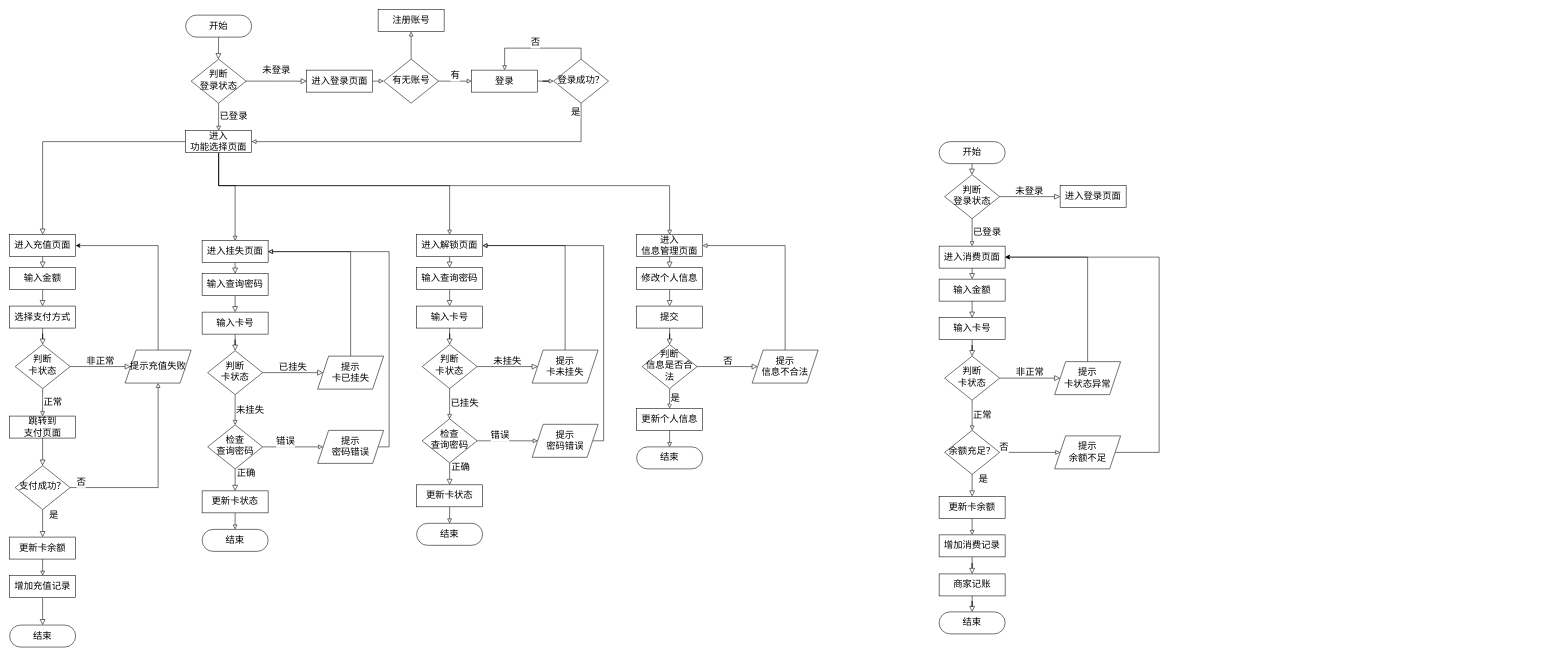
ShiaoYoung/Software-Enginerring keeps this draw.io diagram as 软工课设.drawio. Above is the earlier version. Source tidied: cells renumbered, new cells numbered last; positions are measured from the earlier drawing's top-left corner, leaving out a move shared by most shapes. Both pictures are drawn from the tidied source at 55%, with x=0, y=0 at pixel (9, 9).
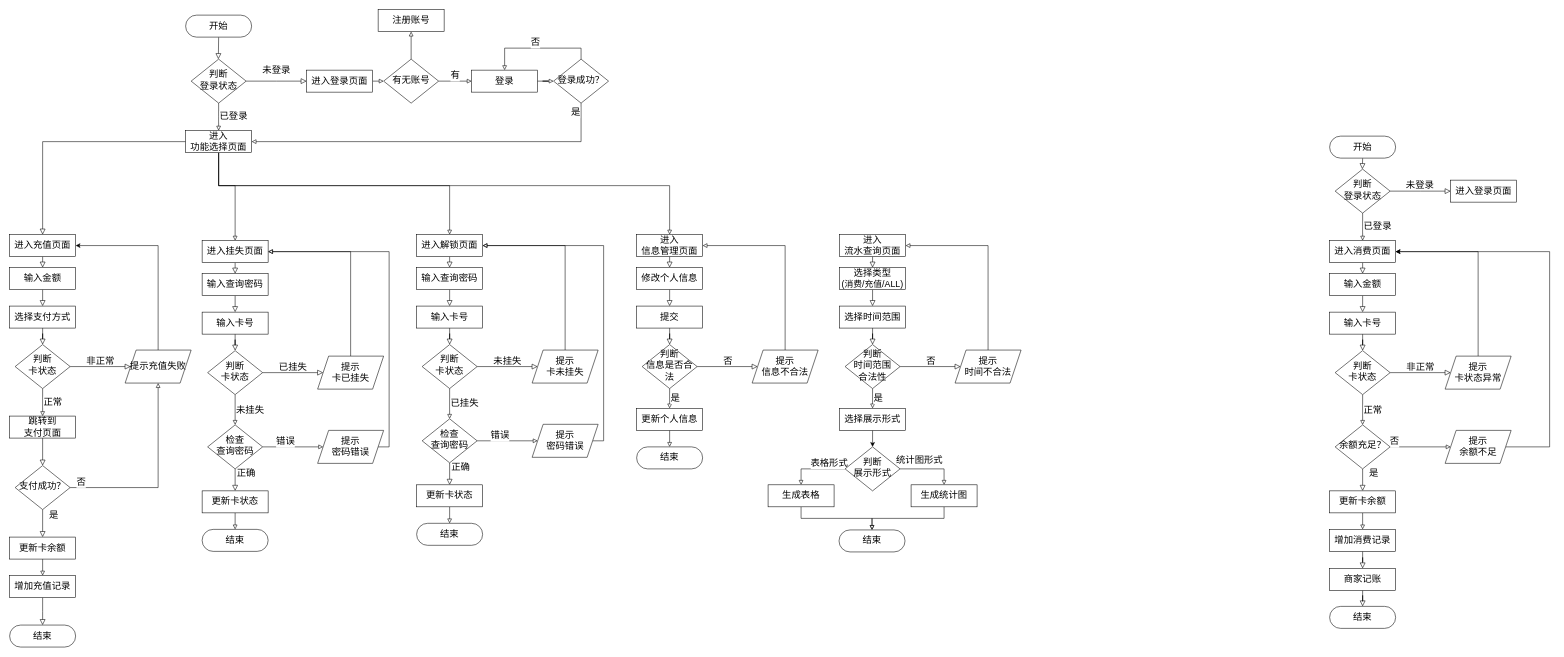
Above is the later version.

Commit message (it also covers changes not shown here):
更新软工课设.drawio

Change to the diagram source:
```diff
@@
     <mxCell id="26" value="输入卡号" style="rounded=0;whiteSpace=wrap;html=1;fontSize=17;glass=0;strokeWidth=1;shadow=0;" parent="1" vertex="1">
-      <mxGeometry x="1690" y="560" width="120" height="40" as="geometry" />
+      <mxGeometry x="2400" y="550" width="120" height="40" as="geometry" />
     </mxCell>
@@
     <mxCell id="29" value="判断&lt;div&gt;卡状态&lt;/div&gt;" style="rhombus;whiteSpace=wrap;html=1;shadow=0;fontFamily=Helvetica;fontSize=17;align=center;strokeWidth=1;spacing=6;spacingTop=-4;" parent="1" vertex="1">
-      <mxGeometry x="1700" y="630" width="100" height="80" as="geometry" />
+      <mxGeometry x="2410" y="620" width="100" height="80" as="geometry" />
     </mxCell>
@@
     <mxCell id="32" value="余额充足？" style="rhombus;whiteSpace=wrap;html=1;shadow=0;fontFamily=Helvetica;fontSize=17;align=center;strokeWidth=1;spacing=6;spacingTop=-4;" parent="1" vertex="1">
-      <mxGeometry x="1700" y="765" width="100" height="80" as="geometry" />
+      <mxGeometry x="2410" y="755" width="100" height="80" as="geometry" />
     </mxCell>
@@
     <mxCell id="34" value="更新卡余额" style="rounded=0;whiteSpace=wrap;html=1;fontSize=17;glass=0;strokeWidth=1;shadow=0;" parent="1" vertex="1">
-      <mxGeometry x="1690" y="885" width="120" height="40" as="geometry" />
+      <mxGeometry x="2400" y="875" width="120" height="40" as="geometry" />
     </mxCell>
     <mxCell id="35" style="rounded=0;html=1;jettySize=auto;fontSize=17;endArrow=block;endFill=0;endSize=8;strokeWidth=1;shadow=0;labelBackgroundColor=none;edgeStyle=orthogonalEdgeStyle;" parent="1" edge="1" source="36">
       <mxGeometry relative="1" as="geometry">
-        <mxPoint x="1750" y="560" as="targetPoint" />
+        <mxPoint x="2460" y="550" as="targetPoint" />
       </mxGeometry>
     </mxCell>
     <mxCell id="36" value="输入金额" style="rounded=0;whiteSpace=wrap;html=1;fontSize=17;glass=0;strokeWidth=1;shadow=0;" parent="1" vertex="1">
-      <mxGeometry x="1690" y="490" width="120" height="40" as="geometry" />
+      <mxGeometry x="2400" y="480" width="120" height="40" as="geometry" />
     </mxCell>
@@
     <mxCell id="38" value="增加消费记录" style="rounded=0;whiteSpace=wrap;html=1;fontSize=17;glass=0;strokeWidth=1;shadow=0;" parent="1" vertex="1">
-      <mxGeometry x="1690" y="955" width="120" height="40" as="geometry" />
+      <mxGeometry x="2400" y="945" width="120" height="40" as="geometry" />
     </mxCell>
     <mxCell id="39" style="rounded=0;html=1;jettySize=auto;fontSize=17;endArrow=block;endFill=0;endSize=8;strokeWidth=1;shadow=0;labelBackgroundColor=none;edgeStyle=orthogonalEdgeStyle;" parent="1" edge="1" source="40">
       <mxGeometry relative="1" as="geometry">
-        <mxPoint x="1750" y="490" as="targetPoint" />
+        <mxPoint x="2460" y="480" as="targetPoint" />
       </mxGeometry>
     </mxCell>
     <mxCell id="40" value="进入消费页面" style="rounded=0;whiteSpace=wrap;html=1;fontSize=17;glass=0;strokeWidth=1;shadow=0;" parent="1" vertex="1">
-      <mxGeometry x="1690" y="430" width="120" height="40" as="geometry" />
+      <mxGeometry x="2400" y="420" width="120" height="40" as="geometry" />
     </mxCell>
@@
     <mxCell id="42" value="&lt;font style=&quot;font-size: 17px;&quot;&gt;提示&lt;/font&gt;&lt;div&gt;&lt;font style=&quot;font-size: 17px;&quot;&gt;卡状态异常&lt;/font&gt;&lt;/div&gt;" style="shape=parallelogram;perimeter=parallelogramPerimeter;whiteSpace=wrap;html=1;fixedSize=1;" parent="1" vertex="1">
-      <mxGeometry x="1900" y="640" width="120" height="60" as="geometry" />
+      <mxGeometry x="2610" y="630" width="120" height="60" as="geometry" />
     </mxCell>
     <mxCell id="43" value="结束" style="rounded=1;whiteSpace=wrap;html=1;fontSize=17;glass=0;strokeWidth=1;shadow=0;perimeter=rectanglePerimeter;arcSize=50;" parent="1" vertex="1">
-      <mxGeometry x="1690" y="1095" width="120" height="40" as="geometry" />
+      <mxGeometry x="2400" y="1085" width="120" height="40" as="geometry" />
     </mxCell>
     <mxCell id="44" style="edgeStyle=orthogonalEdgeStyle;rounded=0;jettySize=auto;html=1;exitX=1;exitY=0.5;exitDx=0;exitDy=0;entryX=1;entryY=0.5;entryDx=0;entryDy=0;" parent="1" edge="1" source="45" target="40">
       <mxGeometry relative="1" as="geometry">
         <Array as="points">
-          <mxPoint x="2090" y="805" />
-          <mxPoint x="2090" y="450" />
+          <mxPoint x="2800" y="795" />
+          <mxPoint x="2800" y="440" />
         </Array>
       </mxGeometry>
     </mxCell>
     <mxCell id="45" value="&lt;font style=&quot;font-size: 17px;&quot;&gt;提示&lt;/font&gt;&lt;div&gt;&lt;font style=&quot;font-size: 17px;&quot;&gt;余额不足&lt;/font&gt;&lt;/div&gt;" style="shape=parallelogram;perimeter=parallelogramPerimeter;whiteSpace=wrap;html=1;fixedSize=1;" parent="1" vertex="1">
-      <mxGeometry x="1900" y="775" width="120" height="60" as="geometry" />
+      <mxGeometry x="2610" y="765" width="120" height="60" as="geometry" />
     </mxCell>
@@
     <mxCell id="47" value="商家记账" style="rounded=0;whiteSpace=wrap;html=1;fontSize=17;glass=0;strokeWidth=1;shadow=0;" parent="1" vertex="1">
-      <mxGeometry x="1690" y="1026" width="120" height="40" as="geometry" />
+      <mxGeometry x="2400" y="1016" width="120" height="40" as="geometry" />
     </mxCell>
@@
     <mxCell id="72" style="rounded=0;html=1;jettySize=auto;fontSize=17;endArrow=block;endFill=0;endSize=8;strokeWidth=1;shadow=0;labelBackgroundColor=none;edgeStyle=orthogonalEdgeStyle;exitX=0.5;exitY=1;exitDx=0;exitDy=0;" parent="1" edge="1" source="73">
       <mxGeometry relative="1" as="geometry">
-        <mxPoint x="1749.5" y="300" as="targetPoint" />
+        <mxPoint x="2459.5" y="290" as="targetPoint" />
       </mxGeometry>
     </mxCell>
     <mxCell id="73" value="开始" style="rounded=1;whiteSpace=wrap;html=1;fontSize=17;glass=0;strokeWidth=1;shadow=0;perimeter=rectanglePerimeter;arcSize=50;" parent="1" vertex="1">
-      <mxGeometry x="1690" y="240" width="120" height="40" as="geometry" />
+      <mxGeometry x="2400" y="230" width="120" height="40" as="geometry" />
     </mxCell>
     <mxCell id="74" value="未登录" style="edgeStyle=orthogonalEdgeStyle;rounded=0;html=1;jettySize=auto;fontSize=17;endArrow=block;endFill=0;endSize=8;strokeWidth=1;shadow=0;labelBackgroundColor=none;entryX=0;entryY=0.5;entryDx=0;entryDy=0;" parent="1" edge="1" source="76">
       <mxGeometry x="-0.02" y="9" relative="1" as="geometry">
-        <mxPoint x="1910" y="340" as="targetPoint" />
+        <mxPoint x="2620" y="330" as="targetPoint" />
         <mxPoint y="-1" as="offset" />
       </mxGeometry>
     </mxCell>
     <mxCell id="75" value="&lt;font style=&quot;font-size: 17px;&quot;&gt;已登录&lt;/font&gt;" style="edgeStyle=orthogonalEdgeStyle;rounded=0;jettySize=auto;html=1;exitX=0.5;exitY=1;exitDx=0;exitDy=0;entryX=0.5;entryY=0;entryDx=0;entryDy=0;labelPosition=right;verticalLabelPosition=middle;align=left;verticalAlign=middle;endArrow=block;endFill=0;" parent="1" edge="1" source="76">
       <mxGeometry x="0.01" relative="1" as="geometry">
-        <mxPoint x="1750" y="430" as="targetPoint" />
+        <mxPoint x="2460" y="420" as="targetPoint" />
       </mxGeometry>
     </mxCell>
     <mxCell id="76" value="判断&lt;div&gt;登录状态&lt;/div&gt;" style="rhombus;whiteSpace=wrap;html=1;shadow=0;fontFamily=Helvetica;fontSize=17;align=center;strokeWidth=1;spacing=6;spacingTop=-4;" parent="1" vertex="1">
-      <mxGeometry x="1700" y="300" width="100" height="80" as="geometry" />
+      <mxGeometry x="2410" y="290" width="100" height="80" as="geometry" />
     </mxCell>
     <mxCell id="77" value="进入登录页面" style="rounded=0;whiteSpace=wrap;html=1;fontSize=17;glass=0;strokeWidth=1;shadow=0;" parent="1" vertex="1">
-      <mxGeometry x="1910" y="320" width="120" height="40" as="geometry" />
+      <mxGeometry x="2620" y="310" width="120" height="40" as="geometry" />
     </mxCell>
@@
+    <mxCell id="125" style="rounded=0;html=1;jettySize=auto;fontSize=17;endArrow=block;endFill=0;endSize=8;strokeWidth=1;shadow=0;labelBackgroundColor=none;edgeStyle=orthogonalEdgeStyle;" parent="1" edge="1" source="126" target="129">
+      <mxGeometry relative="1" as="geometry" />
+    </mxCell>
+    <mxCell id="126" value="选择时间范围" style="rounded=0;whiteSpace=wrap;html=1;fontSize=17;glass=0;strokeWidth=1;shadow=0;" parent="1" vertex="1">
+      <mxGeometry x="1509" y="539" width="120" height="40" as="geometry" />
+    </mxCell>
+    <mxCell id="127" value="否" style="edgeStyle=orthogonalEdgeStyle;rounded=0;html=1;jettySize=auto;fontSize=17;endArrow=block;endFill=0;endSize=8;strokeWidth=1;shadow=0;labelBackgroundColor=none;entryX=0;entryY=0.5;entryDx=0;entryDy=0;" parent="1" edge="1" source="129" target="135">
+      <mxGeometry x="0.01" y="10" relative="1" as="geometry" />
+    </mxCell>
+    <mxCell id="128" value="&lt;font style=&quot;font-size: 17px;&quot;&gt;是&lt;/font&gt;" style="edgeStyle=orthogonalEdgeStyle;rounded=0;jettySize=auto;html=1;exitX=0.5;exitY=1;exitDx=0;exitDy=0;entryX=0.5;entryY=0;entryDx=0;entryDy=0;labelPosition=right;verticalLabelPosition=middle;align=left;verticalAlign=middle;endArrow=block;endFill=0;" parent="1" edge="1" source="129">
+      <mxGeometry x="0.01" relative="1" as="geometry">
+        <mxPoint x="1569" y="725" as="targetPoint" />
+      </mxGeometry>
+    </mxCell>
+    <mxCell id="129" value="判断&lt;div&gt;时间范围&lt;/div&gt;&lt;div&gt;合法性&lt;/div&gt;" style="rhombus;whiteSpace=wrap;html=1;shadow=0;fontFamily=Helvetica;fontSize=17;align=center;strokeWidth=1;spacing=6;spacingTop=-4;" parent="1" vertex="1">
+      <mxGeometry x="1519" y="609" width="100" height="80" as="geometry" />
+    </mxCell>
+    <mxCell id="130" style="rounded=0;html=1;jettySize=auto;fontSize=17;endArrow=block;endFill=0;endSize=8;strokeWidth=1;shadow=0;labelBackgroundColor=none;edgeStyle=orthogonalEdgeStyle;" parent="1" edge="1" source="131">
+      <mxGeometry relative="1" as="geometry">
+        <mxPoint x="1569" y="539" as="targetPoint" />
+      </mxGeometry>
+    </mxCell>
+    <mxCell id="131" value="选择类型&lt;div&gt;&lt;font style=&quot;font-size: 16px;&quot;&gt;(消费/充值/ALL)&lt;/font&gt;&lt;/div&gt;" style="rounded=0;whiteSpace=wrap;html=1;fontSize=17;glass=0;strokeWidth=1;shadow=0;" parent="1" vertex="1">
+      <mxGeometry x="1509" y="469" width="120" height="40" as="geometry" />
+    </mxCell>
+    <mxCell id="132" style="rounded=0;html=1;jettySize=auto;fontSize=17;endArrow=block;endFill=0;endSize=8;strokeWidth=1;shadow=0;labelBackgroundColor=none;edgeStyle=orthogonalEdgeStyle;" parent="1" edge="1" source="133">
+      <mxGeometry relative="1" as="geometry">
+        <mxPoint x="1569" y="469" as="targetPoint" />
+      </mxGeometry>
+    </mxCell>
+    <mxCell id="133" value="进入&lt;div&gt;流水查询页面&lt;/div&gt;" style="rounded=0;whiteSpace=wrap;html=1;fontSize=17;glass=0;strokeWidth=1;shadow=0;" parent="1" vertex="1">
+      <mxGeometry x="1509" y="409" width="120" height="40" as="geometry" />
+    </mxCell>
+    <mxCell id="134" style="edgeStyle=orthogonalEdgeStyle;rounded=0;jettySize=auto;html=1;exitX=0.5;exitY=0;exitDx=0;exitDy=0;entryX=1;entryY=0.5;entryDx=0;entryDy=0;endArrow=block;endFill=0;" parent="1" edge="1" source="135" target="133">
+      <mxGeometry relative="1" as="geometry" />
+    </mxCell>
+    <mxCell id="135" value="&lt;font style=&quot;font-size: 17px;&quot;&gt;提示&lt;/font&gt;&lt;div&gt;&lt;span style=&quot;font-size: 17px;&quot;&gt;时间不合法&lt;/span&gt;&lt;/div&gt;" style="shape=parallelogram;perimeter=parallelogramPerimeter;whiteSpace=wrap;html=1;fixedSize=1;" parent="1" vertex="1">
+      <mxGeometry x="1719" y="619" width="120" height="60" as="geometry" />
+    </mxCell>
+    <mxCell id="136" value="结束" style="rounded=1;whiteSpace=wrap;html=1;fontSize=17;glass=0;strokeWidth=1;shadow=0;perimeter=rectanglePerimeter;arcSize=50;" parent="1" vertex="1">
+      <mxGeometry x="1508" y="946" width="120" height="40" as="geometry" />
+    </mxCell>
+    <mxCell id="137" style="edgeStyle=orthogonalEdgeStyle;rounded=0;jettySize=auto;html=1;exitX=0;exitY=0.5;exitDx=0;exitDy=0;entryX=0.5;entryY=0;entryDx=0;entryDy=0;endArrow=block;endFill=0;" parent="1" edge="1" source="140" target="144">
+      <mxGeometry relative="1" as="geometry" />
+    </mxCell>
+    <mxCell id="138" value="&lt;font style=&quot;font-size: 17px;&quot;&gt;表格形式&lt;/font&gt;" style="edgeLabel;html=1;align=center;verticalAlign=middle;" parent="137" vertex="1">
+      <mxGeometry x="-0.36" y="-1" relative="1" as="geometry">
+        <mxPoint x="5" y="-10" as="offset" />
+      </mxGeometry>
+    </mxCell>
+    <mxCell id="139" value="&lt;font style=&quot;font-size: 17px;&quot;&gt;统计图形式&lt;/font&gt;" style="edgeStyle=orthogonalEdgeStyle;rounded=0;jettySize=auto;html=1;exitX=1;exitY=0.5;exitDx=0;exitDy=0;entryX=0.5;entryY=0;entryDx=0;entryDy=0;endArrow=block;endFill=0;" parent="1" edge="1" source="140" target="146">
+      <mxGeometry x="-0.36" y="15" relative="1" as="geometry" />
+    </mxCell>
+    <mxCell id="140" value="判断&lt;div&gt;展示形式&lt;/div&gt;" style="rhombus;whiteSpace=wrap;html=1;shadow=0;fontFamily=Helvetica;fontSize=17;align=center;strokeWidth=1;spacing=6;spacingTop=-4;" parent="1" vertex="1">
+      <mxGeometry x="1519" y="795" width="100" height="80" as="geometry" />
+    </mxCell>
+    <mxCell id="141" style="edgeStyle=orthogonalEdgeStyle;rounded=0;jettySize=auto;html=1;exitX=0.5;exitY=1;exitDx=0;exitDy=0;entryX=0.5;entryY=0;entryDx=0;entryDy=0;" parent="1" edge="1" source="142" target="140">
+      <mxGeometry relative="1" as="geometry" />
+    </mxCell>
+    <mxCell id="142" value="选择展示形式" style="rounded=0;whiteSpace=wrap;html=1;fontSize=17;glass=0;strokeWidth=1;shadow=0;" parent="1" vertex="1">
+      <mxGeometry x="1509" y="725" width="120" height="40" as="geometry" />
+    </mxCell>
+    <mxCell id="143" style="edgeStyle=orthogonalEdgeStyle;rounded=0;jettySize=auto;html=1;exitX=0.5;exitY=1;exitDx=0;exitDy=0;entryX=0.5;entryY=0;entryDx=0;entryDy=0;endArrow=block;endFill=0;" parent="1" edge="1" source="144" target="136">
+      <mxGeometry relative="1" as="geometry" />
+    </mxCell>
+    <mxCell id="144" value="生成表格" style="rounded=0;whiteSpace=wrap;html=1;fontSize=17;glass=0;strokeWidth=1;shadow=0;" parent="1" vertex="1">
+      <mxGeometry x="1379" y="864" width="120" height="40" as="geometry" />
+    </mxCell>
+    <mxCell id="145" style="edgeStyle=orthogonalEdgeStyle;rounded=0;jettySize=auto;html=1;exitX=0.5;exitY=1;exitDx=0;exitDy=0;entryX=0.5;entryY=0;entryDx=0;entryDy=0;endArrow=block;endFill=0;" parent="1" edge="1" source="146" target="136">
+      <mxGeometry relative="1" as="geometry" />
+    </mxCell>
+    <mxCell id="146" value="生成统计图" style="rounded=0;whiteSpace=wrap;html=1;fontSize=17;glass=0;strokeWidth=1;shadow=0;" parent="1" vertex="1">
+      <mxGeometry x="1639" y="864" width="120" height="40" as="geometry" />
+    </mxCell>
```
